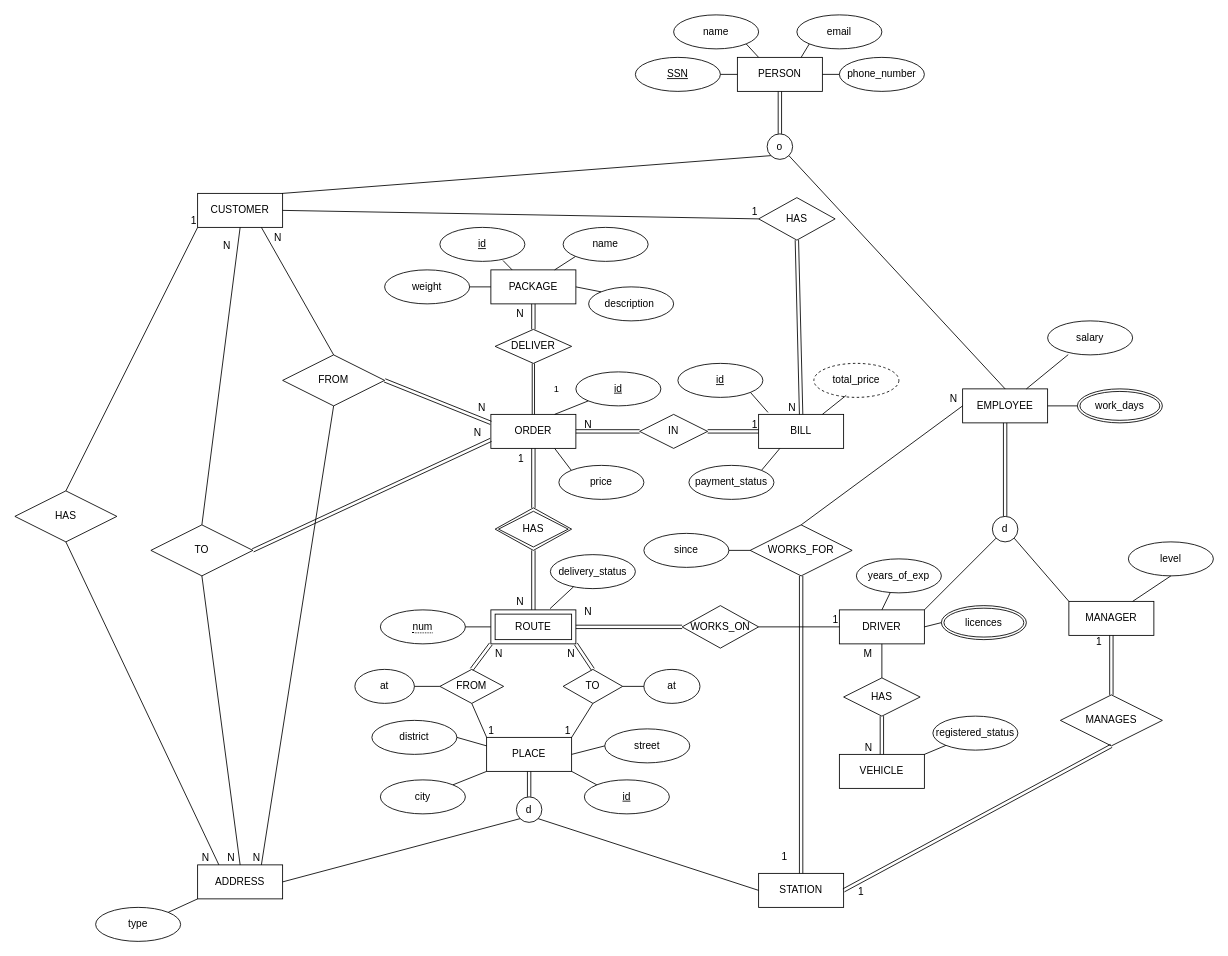
The draw.io diagram db-assignment.drawio in blueonline07/auth-demo, before the edit. Source tidied: cells renumbered, new cells numbered last; positions are measured from the earlier drawing's top-left corner, leaving out a move shared by most shapes. Both pictures are drawn from the tidied source at 85%, with x=0, y=0 at pixel (14, 14).
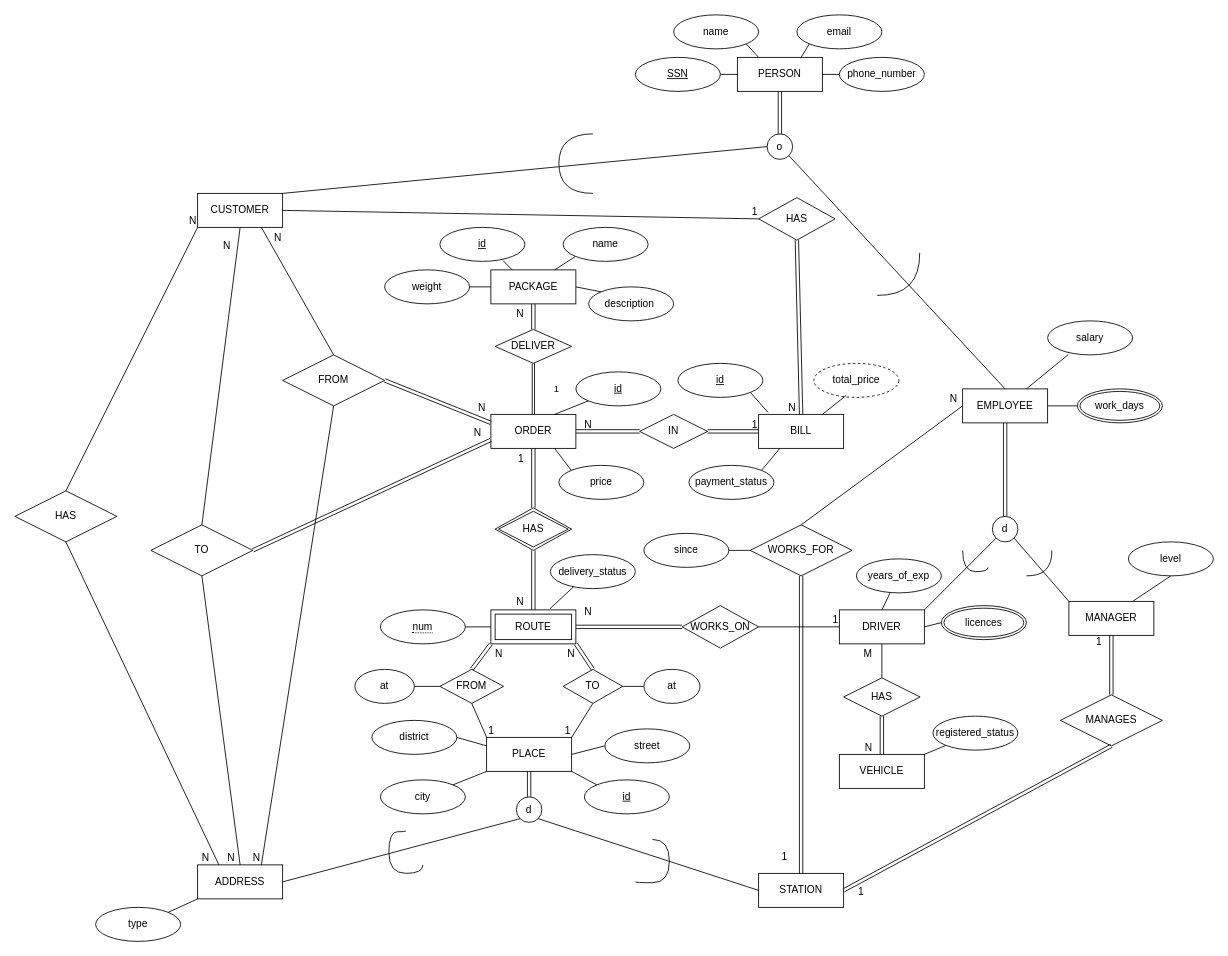
The same page after the edit.

Unchanged cells that the change refers to:
```xml
<mxCell id="3" value="CUSTOMER" style="whiteSpace=wrap;html=1;align=center;" parent="1" vertex="1">
  <mxGeometry x="215" y="210" width="100" height="40" as="geometry" />
</mxCell>
<mxCell id="67" value="o" style="ellipse;whiteSpace=wrap;html=1;" parent="1" vertex="1">
  <mxGeometry x="885" y="140" width="30" height="30" as="geometry" />
</mxCell>
<mxCell id="153" style="endArrow=none;html=1;rounded=0;entryX=0;entryY=1;entryDx=0;entryDy=0;exitX=0.5;exitY=0;exitDx=0;exitDy=0;" parent="1" edge="1" source="150" target="3">
  <mxGeometry relative="1" as="geometry" />
</mxCell>
```

Change to the diagram source:
```diff
@@
-    <mxCell id="68" style="endArrow=none;html=1;rounded=0;entryX=0;entryY=1;entryDx=0;entryDy=0;exitX=1;exitY=0;exitDx=0;exitDy=0;" parent="1" edge="1" source="3" target="67">
+    <mxCell id="68" style="endArrow=none;html=1;rounded=0;entryX=0;entryY=0.5;entryDx=0;entryDy=0;exitX=1;exitY=0;exitDx=0;exitDy=0;" parent="1" edge="1" source="3" target="67">
       <mxGeometry relative="1" as="geometry" />
     </mxCell>
@@
-    <mxCell id="154" value="1" style="html=1;whiteSpace=wrap;align=right;verticalAlign=bottom;" parent="153" vertex="1">
+    <mxCell id="154" value="N" style="html=1;whiteSpace=wrap;align=right;verticalAlign=bottom;" parent="153" vertex="1">
       <mxGeometry x="1" relative="1" as="geometry" />
     </mxCell>
+    <mxCell id="155" style="endArrow=none;html=1;rounded=0;edgeStyle=orthogonalEdgeStyle;curved=1;" parent="1" edge="1">
+      <mxGeometry relative="1" as="geometry">
+        <mxPoint x="460" y="960" as="sourcePoint" />
+        <mxPoint x="480" y="1000" as="targetPoint" />
+        <Array as="points">
+          <mxPoint x="440" y="961" />
+          <mxPoint x="440" y="1010" />
+        </Array>
+      </mxGeometry>
+    </mxCell>
+    <mxCell id="156" style="endArrow=none;html=1;rounded=0;edgeStyle=orthogonalEdgeStyle;curved=1;" parent="1" edge="1">
+      <mxGeometry relative="1" as="geometry">
+        <mxPoint x="680" y="210" as="sourcePoint" />
+        <mxPoint x="680" y="140" as="targetPoint" />
+        <Array as="points">
+          <mxPoint x="680" y="210" />
+          <mxPoint x="640" y="210" />
+          <mxPoint x="640" y="140" />
+        </Array>
+      </mxGeometry>
+    </mxCell>
+    <mxCell id="157" style="endArrow=none;html=1;rounded=0;edgeStyle=orthogonalEdgeStyle;curved=1;" parent="1" edge="1">
+      <mxGeometry relative="1" as="geometry">
+        <mxPoint x="730" y="1020" as="sourcePoint" />
+        <mxPoint x="750" y="970" as="targetPoint" />
+        <Array as="points">
+          <mxPoint x="770" y="1021" />
+          <mxPoint x="770" y="970" />
+        </Array>
+      </mxGeometry>
+    </mxCell>
+    <mxCell id="158" style="endArrow=none;html=1;rounded=0;edgeStyle=orthogonalEdgeStyle;curved=1;" parent="1" edge="1">
+      <mxGeometry relative="1" as="geometry">
+        <mxPoint x="1014.5" y="330" as="sourcePoint" />
+        <mxPoint x="1064.5" y="280" as="targetPoint" />
+      </mxGeometry>
+    </mxCell>
+    <mxCell id="159" style="endArrow=none;html=1;rounded=0;edgeStyle=orthogonalEdgeStyle;curved=1;" parent="1" edge="1">
+      <mxGeometry relative="1" as="geometry">
+        <mxPoint x="1115" y="630" as="sourcePoint" />
+        <mxPoint x="1145" y="650" as="targetPoint" />
+        <Array as="points">
+          <mxPoint x="1115" y="655" />
+        </Array>
+      </mxGeometry>
+    </mxCell>
+    <mxCell id="160" style="endArrow=none;html=1;rounded=0;edgeStyle=orthogonalEdgeStyle;curved=1;" parent="1" edge="1">
+      <mxGeometry relative="1" as="geometry">
+        <mxPoint x="1190" y="660" as="sourcePoint" />
+        <mxPoint x="1220" y="630" as="targetPoint" />
+      </mxGeometry>
+    </mxCell>
```
